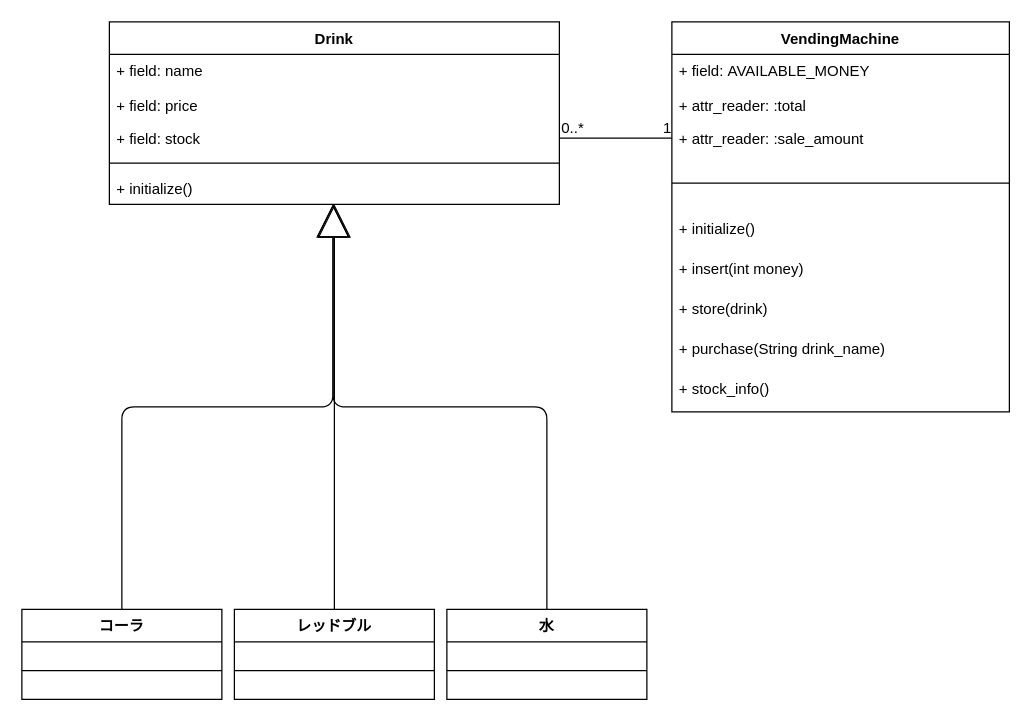
Earlier version of the draw.io diagram Class_pnskh112.drawio (penpen09/VendingMachine_js). Source tidied: cells renumbered, new cells numbered last; positions are measured from the earlier drawing's top-left corner, leaving out a move shared by most shapes. Both pictures are drawn from the tidied source at 125%, with x=0, y=0 at pixel (21, 21).
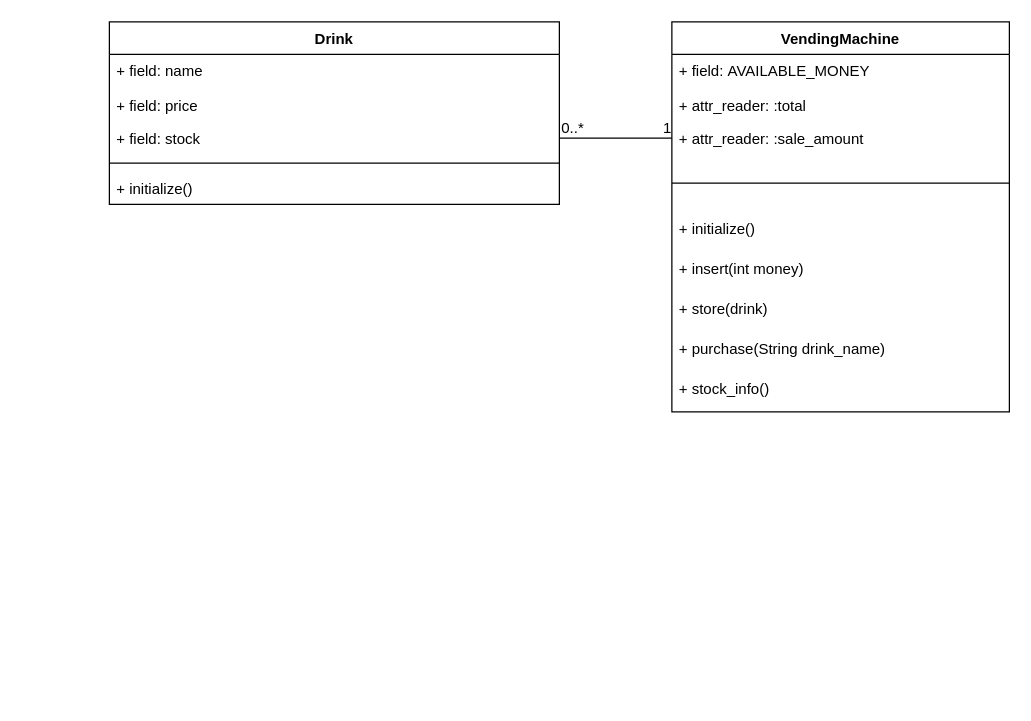
Above is the later version.

Commit message (it also covers changes not shown here):
add:Class_pnskh112.png クラス図追加

The change refers to these unchanged cells:
```xml
<mxCell id="13" value="+ initialize()" style="text;strokeColor=none;fillColor=none;align=left;verticalAlign=top;spacingLeft=4;spacingRight=4;overflow=hidden;points=[[0,0.5],[1,0.5]];portConstraint=eastwest;" parent="8" vertex="1">
  <mxGeometry y="120" width="360" height="26" as="geometry" />
</mxCell>
```

What changed in the source:
```diff
@@
-    <mxCell id="2" style="endArrow=block;endFill=0;endSize=24;html=1;exitX=0.5;exitY=0;exitDx=0;exitDy=0;" parent="1" edge="1" target="13">
-      <mxGeometry relative="1" as="geometry">
-        <mxPoint x="250" y="476" as="sourcePoint" />
-        <Array as="points">
-          <mxPoint x="250" y="416" />
-        </Array>
-      </mxGeometry>
-    </mxCell>
-    <mxCell id="3" style="edgeStyle=elbowEdgeStyle;elbow=vertical;endArrow=block;html=1;exitX=0.5;exitY=0;exitDx=0;exitDy=0;endFill=0;endSize=24;entryX=0.497;entryY=0.995;entryDx=0;entryDy=0;entryPerimeter=0;" parent="1" edge="1" source="24" target="13">
-      <mxGeometry relative="1" as="geometry" />
-    </mxCell>
-    <mxCell id="4" style="edgeStyle=elbowEdgeStyle;elbow=vertical;endArrow=block;html=1;exitX=0.5;exitY=0;exitDx=0;exitDy=0;endFill=0;endSize=24;entryX=0.497;entryY=0.995;entryDx=0;entryDy=0;entryPerimeter=0;" parent="1" edge="1" source="28" target="13">
-      <mxGeometry relative="1" as="geometry" />
-    </mxCell>
@@
-    <mxCell id="24" value="コーラ" style="swimlane;fontStyle=1;align=center;verticalAlign=top;horizontal=1;startSize=26;" parent="1" vertex="1">
-      <mxGeometry y="470" width="160" height="72" as="geometry" />
-    </mxCell>
-    <mxCell id="25" style="line;strokeWidth=1;fillColor=none;align=left;verticalAlign=middle;spacingTop=-1;spacingLeft=3;spacingRight=3;labelPosition=right;" parent="24" vertex="1">
-      <mxGeometry y="26" width="160" height="46" as="geometry" />
-    </mxCell>
-    <mxCell id="26" value="レッドブル" style="swimlane;fontStyle=1;align=center;verticalAlign=top;horizontal=1;startSize=26;" parent="1" vertex="1">
-      <mxGeometry x="170" y="470" width="160" height="72" as="geometry" />
-    </mxCell>
-    <mxCell id="27" style="line;strokeWidth=1;fillColor=none;align=left;verticalAlign=middle;spacingTop=-1;spacingLeft=3;spacingRight=3;labelPosition=right;" parent="26" vertex="1">
-      <mxGeometry y="26" width="160" height="46" as="geometry" />
-    </mxCell>
-    <mxCell id="28" value="水" style="swimlane;fontStyle=1;align=center;verticalAlign=top;horizontal=1;startSize=26;" parent="1" vertex="1">
-      <mxGeometry x="340" y="470" width="160" height="72" as="geometry" />
-    </mxCell>
-    <mxCell id="29" style="line;strokeWidth=1;fillColor=none;align=left;verticalAlign=middle;spacingTop=-1;spacingLeft=3;spacingRight=3;labelPosition=right;" parent="28" vertex="1">
-      <mxGeometry y="26" width="160" height="46" as="geometry" />
-    </mxCell>
```
